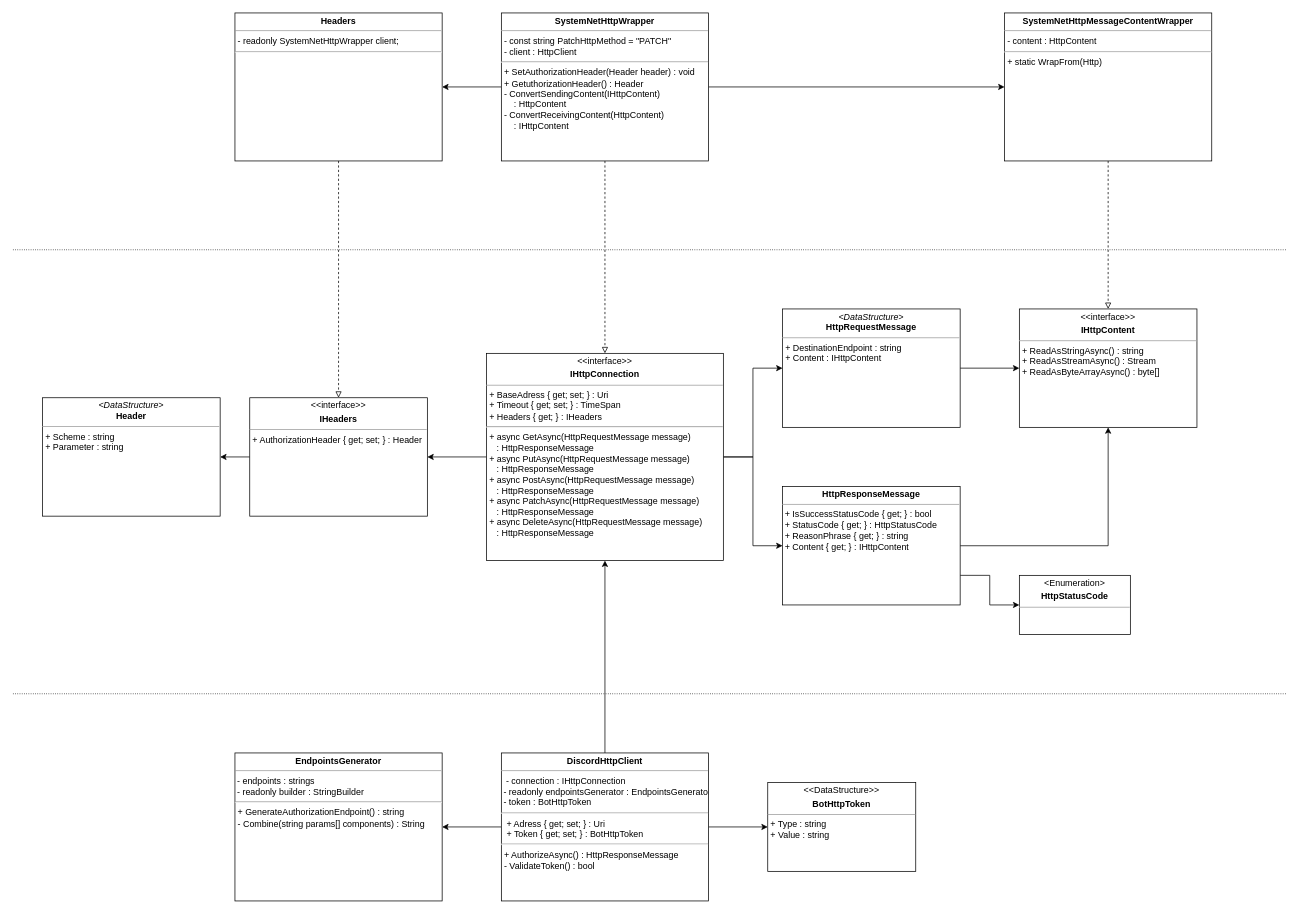
Above: NetworkConnections/API/HttpCommunication.drawio in Sinkholy/SyDiscordSharp (draw.io), before the change. Source tidied: cells renumbered, new cells numbered last; positions are measured from the earlier drawing's top-left corner, leaving out a move shared by most shapes. Both pictures are drawn from the tidied source at 74%, with x=0, y=0 at pixel (13, 13).
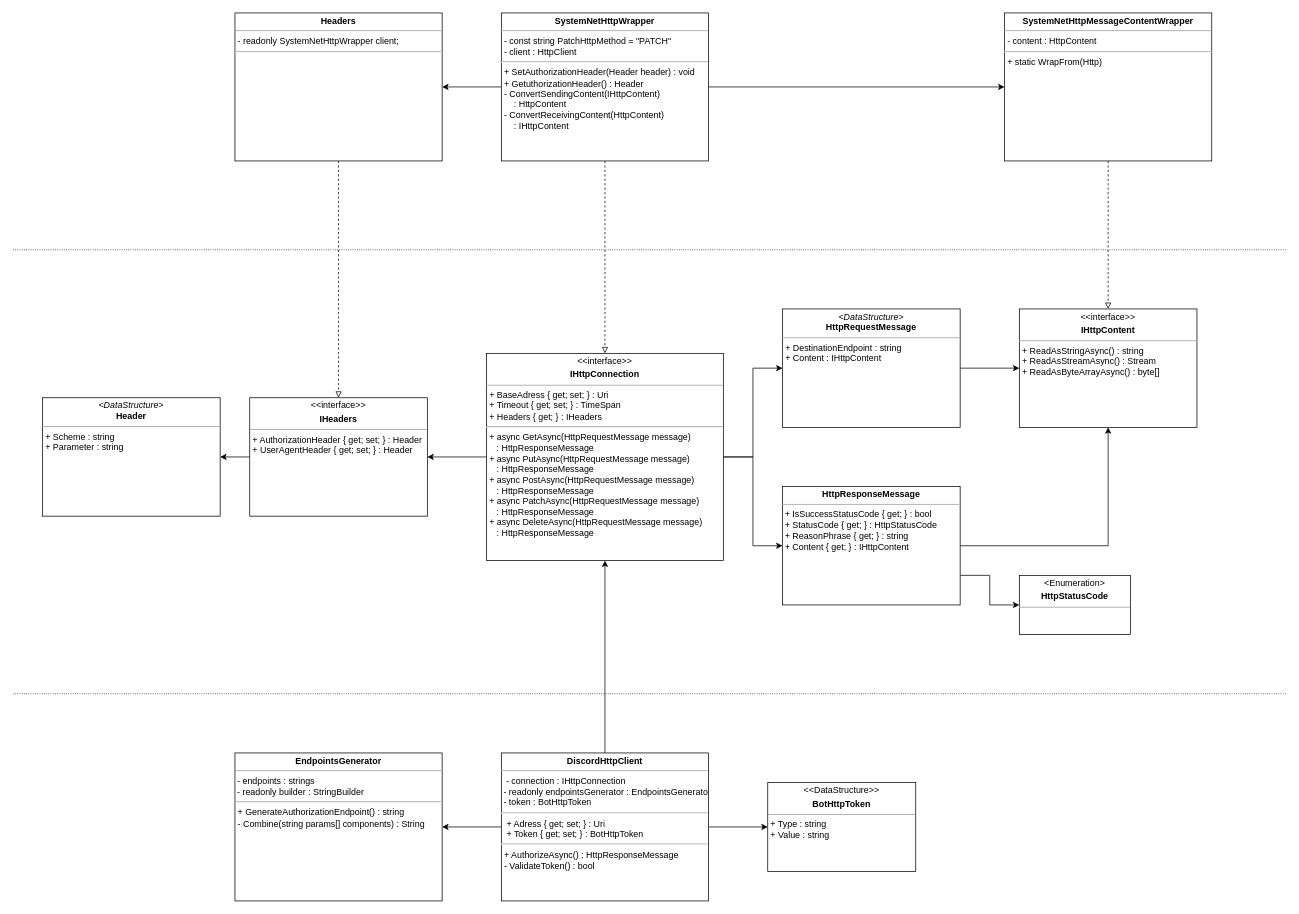
The same page after the edit.

Commit message (it also covers changes not shown here):
Added UserAgent header

The edit, as a diff of the source:
```diff
@@
-    <mxCell id="29" value="&lt;p style=&quot;margin: 0px ; margin-top: 4px ; text-align: center&quot;&gt;&amp;lt;&amp;lt;interface&amp;gt;&amp;gt;&lt;/p&gt;&lt;p style=&quot;margin: 0px ; margin-top: 4px ; text-align: center&quot;&gt;&lt;b&gt;IHeaders&lt;/b&gt;&lt;/p&gt;&lt;hr size=&quot;1&quot;&gt;&lt;p style=&quot;margin: 0px ; margin-left: 4px&quot;&gt;&lt;/p&gt;&lt;p style=&quot;margin: 0px ; margin-left: 4px&quot;&gt;&lt;span&gt;+ AuthorizationHeader { get; set; } : Header&lt;/span&gt;&lt;/p&gt;" style="verticalAlign=top;align=left;overflow=fill;fontSize=12;fontFamily=Helvetica;html=1;shadow=0;comic=0;labelBackgroundColor=none;strokeWidth=1;" parent="1" vertex="1">
+    <mxCell id="29" value="&lt;p style=&quot;margin: 0px ; margin-top: 4px ; text-align: center&quot;&gt;&amp;lt;&amp;lt;interface&amp;gt;&amp;gt;&lt;/p&gt;&lt;p style=&quot;margin: 0px ; margin-top: 4px ; text-align: center&quot;&gt;&lt;b&gt;IHeaders&lt;/b&gt;&lt;/p&gt;&lt;hr size=&quot;1&quot;&gt;&lt;p style=&quot;margin: 0px ; margin-left: 4px&quot;&gt;&lt;/p&gt;&lt;p style=&quot;margin: 0px ; margin-left: 4px&quot;&gt;&lt;span&gt;+ AuthorizationHeader { get; set; } : Header&lt;/span&gt;&lt;/p&gt;&lt;p style=&quot;margin: 0px ; margin-left: 4px&quot;&gt;&lt;span&gt;+ UserAgentHeader { get; set; } : Header&lt;/span&gt;&lt;/p&gt;" style="verticalAlign=top;align=left;overflow=fill;fontSize=12;fontFamily=Helvetica;html=1;shadow=0;comic=0;labelBackgroundColor=none;strokeWidth=1;" parent="1" vertex="1">
       <mxGeometry x="320" y="520" width="240" height="160" as="geometry" />
     </mxCell>
```
